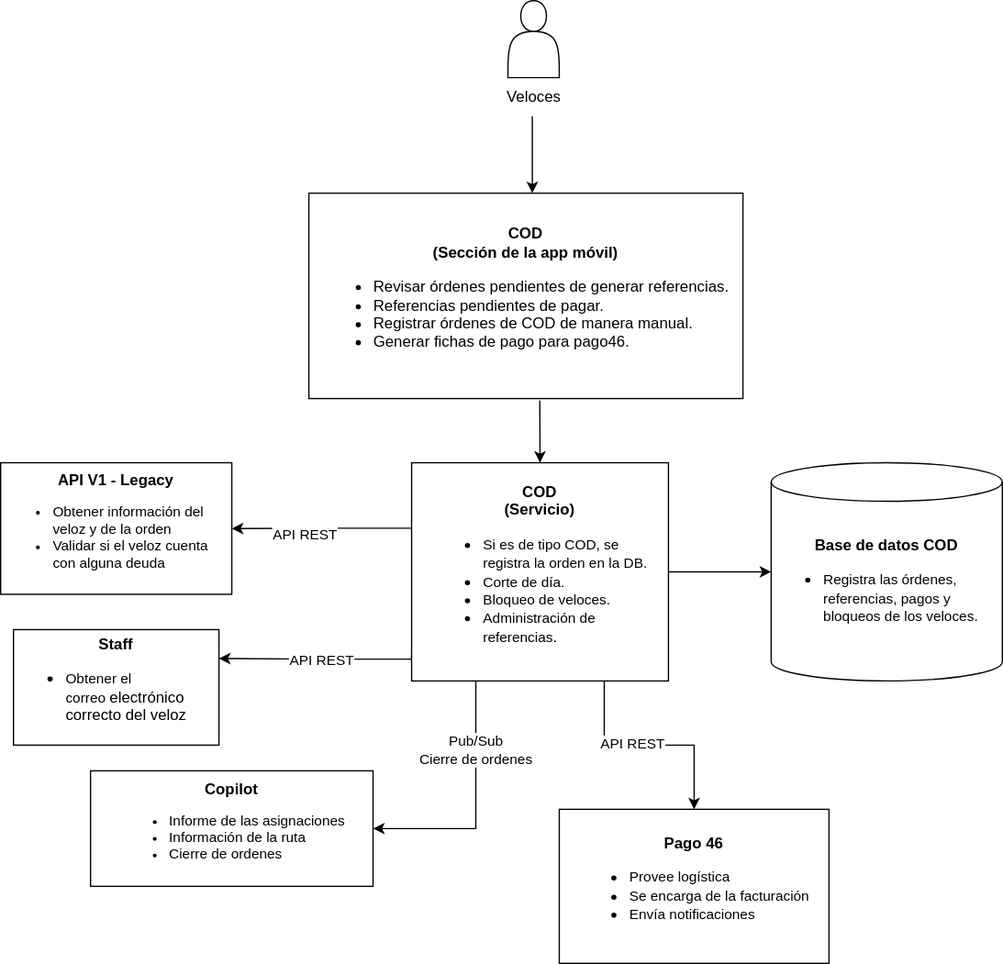
dani99m/Diagramas keeps this draw.io diagram as Diagrama C2 COD.svg. Above is the earlier version. Source tidied: cells renumbered, new cells last; positions are measured from the earlier drawing's top-left corner, leaving out a move shared by most shapes.
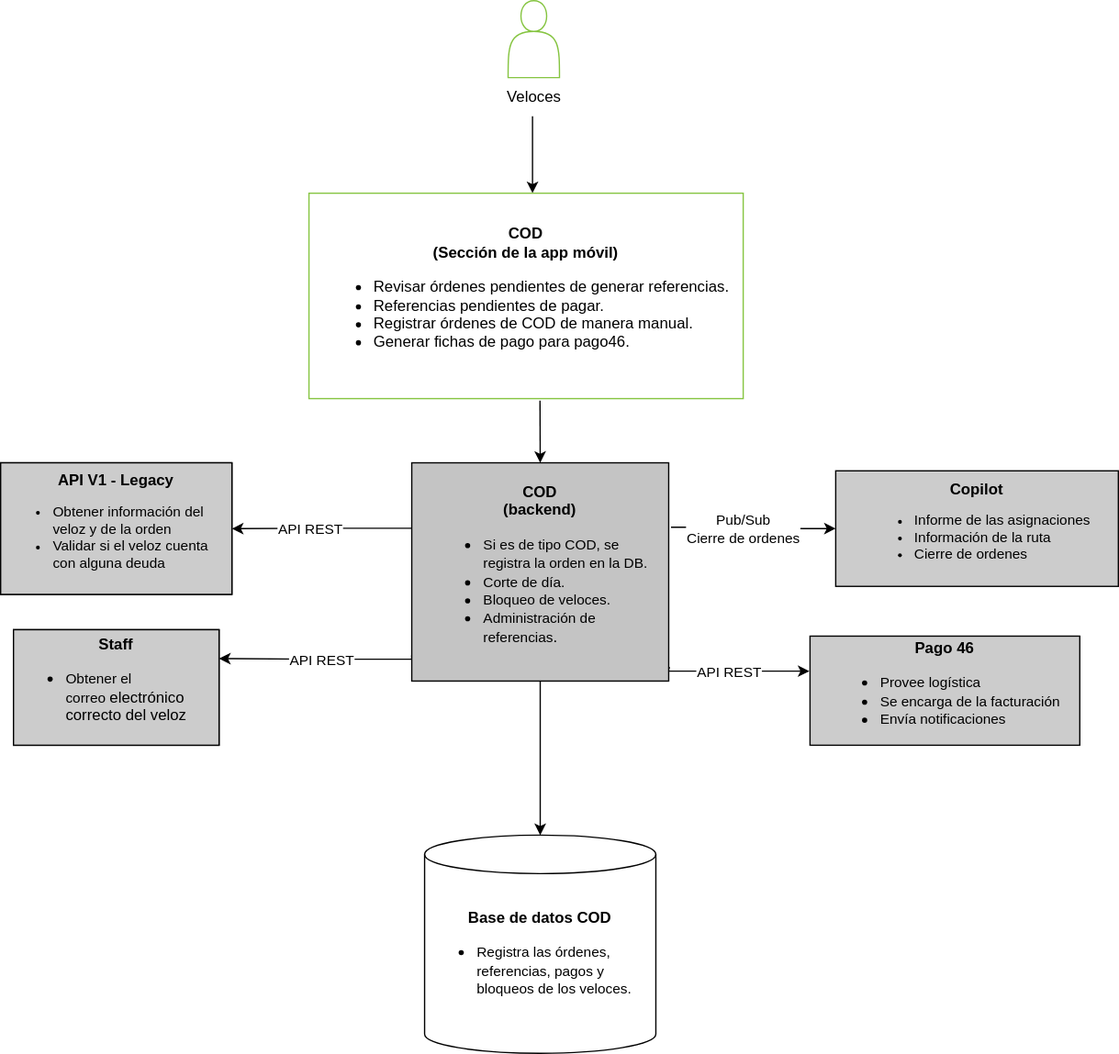
The same diagram one commit later.

The edit, as a diff of the source:
```diff
@@ -2,7 +2,7 @@
   <root>
     <mxCell id="0" />
     <mxCell id="1" parent="0" />
-    <mxCell id="2" style="shape=actor;whiteSpace=wrap;html=1;" parent="1" vertex="1">
+    <mxCell id="2" style="shape=actor;whiteSpace=wrap;html=1;strokeColor=#85C440;" parent="1" vertex="1">
       <mxGeometry x="395" width="40" height="60" as="geometry" />
     </mxCell>
     <mxCell id="3" value="Veloces" style="text;html=1;align=center;verticalAlign=middle;strokeColor=none;fillColor=none;" parent="1" vertex="1">
@@ -17,7 +17,7 @@
         </Array>
       </mxGeometry>
     </mxCell>
-    <mxCell id="5" value="&lt;span style=&quot;background-color: initial;&quot;&gt;&lt;b&gt;COD&lt;br&gt;(Sección de la app m&lt;/b&gt;&lt;span style=&quot;font-size: 12px;&quot;&gt;&lt;b&gt;óvil)&lt;/b&gt;&lt;/span&gt;&lt;br&gt;&lt;/span&gt;&lt;ul&gt;&lt;li style=&quot;text-align: left;&quot;&gt;Revisar órdenes pendientes de generar referencias.&lt;/li&gt;&lt;li style=&quot;text-align: left;&quot;&gt;Referencias pendientes de pagar.&lt;/li&gt;&lt;li style=&quot;text-align: left;&quot;&gt;Registrar órdenes de COD de manera manual.&lt;/li&gt;&lt;li style=&quot;text-align: left;&quot;&gt;Generar fichas de pago para pago46.&lt;/li&gt;&lt;/ul&gt;" style="rounded=0;whiteSpace=wrap;html=1;" parent="1" vertex="1">
+    <mxCell id="5" value="&lt;span style=&quot;background-color: initial;&quot;&gt;&lt;b&gt;COD&lt;br&gt;(Sección de la app m&lt;/b&gt;&lt;span style=&quot;font-size: 12px;&quot;&gt;&lt;b&gt;óvil)&lt;/b&gt;&lt;/span&gt;&lt;br&gt;&lt;/span&gt;&lt;ul&gt;&lt;li style=&quot;text-align: left;&quot;&gt;Revisar órdenes pendientes de generar referencias.&lt;/li&gt;&lt;li style=&quot;text-align: left;&quot;&gt;Referencias pendientes de pagar.&lt;/li&gt;&lt;li style=&quot;text-align: left;&quot;&gt;Registrar órdenes de COD de manera manual.&lt;/li&gt;&lt;li style=&quot;text-align: left;&quot;&gt;Generar fichas de pago para pago46.&lt;/li&gt;&lt;/ul&gt;" style="rounded=0;whiteSpace=wrap;html=1;strokeColor=#85C440;" parent="1" vertex="1">
       <mxGeometry x="240" y="150" width="338" height="160" as="geometry" />
     </mxCell>
     <mxCell id="6" style="endArrow=classic;html=1;rounded=0;entryX=0.5;entryY=0;entryDx=0;entryDy=0;exitX=0.532;exitY=1.01;exitDx=0;exitDy=0;exitPerimeter=0;" parent="1" edge="1" source="5" target="17">
@@ -30,7 +30,9 @@
       <mxGeometry relative="1" as="geometry" />
     </mxCell>
     <mxCell id="9" value="API REST" style="edgeLabel;html=1;align=center;verticalAlign=middle;" parent="8" vertex="1">
-      <mxGeometry x="0.19" y="4" relative="1" as="geometry" />
+      <mxGeometry x="0.19" y="4" relative="1" as="geometry">
+        <mxPoint x="4" y="-4" as="offset" />
+      </mxGeometry>
     </mxCell>
     <mxCell id="10" style="edgeStyle=orthogonalEdgeStyle;rounded=0;jettySize=auto;html=1;exitX=0;exitY=0.882;exitDx=0;exitDy=0;fontSize=11;exitPerimeter=0;entryX=1;entryY=0.25;entryDx=0;entryDy=0;" parent="1" edge="1" source="17" target="20">
       <mxGeometry relative="1" as="geometry">
@@ -46,25 +48,32 @@
     <mxCell id="12" value="API REST" style="edgeLabel;html=1;align=center;verticalAlign=middle;" parent="10" vertex="1">
       <mxGeometry x="-0.04" relative="1" as="geometry" />
     </mxCell>
-    <mxCell id="13" style="edgeStyle=orthogonalEdgeStyle;rounded=0;jettySize=auto;html=1;exitX=0.25;exitY=1;exitDx=0;exitDy=0;entryX=1;entryY=0.5;entryDx=0;entryDy=0;fontSize=11;" parent="1" edge="1" source="17" target="21">
+    <mxCell id="13" style="edgeStyle=orthogonalEdgeStyle;rounded=0;jettySize=auto;html=1;exitX=1.009;exitY=0.295;exitDx=0;exitDy=0;entryX=0;entryY=0.5;entryDx=0;entryDy=0;fontSize=11;exitPerimeter=0;" parent="1" edge="1" source="17" target="21">
       <mxGeometry relative="1" as="geometry" />
     </mxCell>
     <mxCell id="14" value="Pub/Sub&lt;br&gt;Cierre de ordenes" style="edgeLabel;html=1;align=center;verticalAlign=middle;fontSize=11;" parent="13" vertex="1">
       <mxGeometry x="-0.25" y="-1" relative="1" as="geometry">
-        <mxPoint y="-20" as="offset" />
+        <mxPoint x="7" as="offset" />
       </mxGeometry>
     </mxCell>
-    <mxCell id="15" style="edgeStyle=orthogonalEdgeStyle;rounded=0;jettySize=auto;html=1;exitX=0.75;exitY=1;exitDx=0;exitDy=0;fontSize=12;" parent="1" edge="1" source="17" target="22">
-      <mxGeometry relative="1" as="geometry" />
+    <mxCell id="15" style="edgeStyle=orthogonalEdgeStyle;rounded=0;jettySize=auto;html=1;exitX=1.005;exitY=0.939;exitDx=0;exitDy=0;fontSize=12;exitPerimeter=0;entryX=-0.002;entryY=0.321;entryDx=0;entryDy=0;entryPerimeter=0;" parent="1" edge="1" source="17" target="22">
+      <mxGeometry relative="1" as="geometry">
+        <Array as="points">
+          <mxPoint x="520" y="520" />
+          <mxPoint x="520" y="522" />
+        </Array>
+      </mxGeometry>
     </mxCell>
     <mxCell id="16" value="API REST" style="edgeLabel;html=1;align=center;verticalAlign=middle;fontSize=11;" parent="15" vertex="1">
-      <mxGeometry x="-0.17" y="2" relative="1" as="geometry" />
+      <mxGeometry x="-0.17" y="2" relative="1" as="geometry">
+        <mxPoint x="3" y="2" as="offset" />
+      </mxGeometry>
     </mxCell>
-    <mxCell id="17" value="&lt;b&gt;COD&lt;br&gt;(&lt;/b&gt;&lt;b&gt;Servicio&lt;/b&gt;&lt;b&gt;)&lt;br&gt;&lt;/b&gt;&lt;div style=&quot;text-align: left;&quot;&gt;&lt;ul&gt;&lt;li&gt;&lt;span style=&quot;background-color: initial;&quot;&gt;&lt;font style=&quot;font-size: 11px;&quot;&gt;Si es de tipo COD, se &lt;br&gt;registra la orden&amp;nbsp;en la DB.&lt;/font&gt;&lt;/span&gt;&lt;/li&gt;&lt;li&gt;&lt;span style=&quot;background-color: initial;&quot;&gt;&lt;font style=&quot;font-size: 11px;&quot;&gt;Corte de día.&lt;/font&gt;&lt;/span&gt;&lt;/li&gt;&lt;li&gt;&lt;span style=&quot;background-color: initial;&quot;&gt;&lt;font style=&quot;font-size: 11px;&quot;&gt;Bloqueo de veloces.&lt;/font&gt;&lt;/span&gt;&lt;/li&gt;&lt;li&gt;&lt;span style=&quot;background-color: initial;&quot;&gt;&lt;font style=&quot;font-size: 11px;&quot;&gt;Administración de &lt;br&gt;referencias&lt;/font&gt;&lt;/span&gt;.&lt;/li&gt;&lt;/ul&gt;&lt;/div&gt;" style="rounded=0;whiteSpace=wrap;html=1;" parent="1" vertex="1">
+    <mxCell id="17" value="&lt;b&gt;COD&lt;br&gt;(&lt;/b&gt;&lt;b&gt;backend&lt;/b&gt;&lt;b&gt;)&lt;br&gt;&lt;/b&gt;&lt;div style=&quot;text-align: left;&quot;&gt;&lt;ul&gt;&lt;li&gt;&lt;span style=&quot;background-color: initial;&quot;&gt;&lt;font style=&quot;font-size: 11px;&quot;&gt;Si es de tipo COD, se &lt;br&gt;registra la orden&amp;nbsp;en la DB.&lt;/font&gt;&lt;/span&gt;&lt;/li&gt;&lt;li&gt;&lt;span style=&quot;background-color: initial;&quot;&gt;&lt;font style=&quot;font-size: 11px;&quot;&gt;Corte de día.&lt;/font&gt;&lt;/span&gt;&lt;/li&gt;&lt;li&gt;&lt;span style=&quot;background-color: initial;&quot;&gt;&lt;font style=&quot;font-size: 11px;&quot;&gt;Bloqueo de veloces.&lt;/font&gt;&lt;/span&gt;&lt;/li&gt;&lt;li&gt;&lt;span style=&quot;background-color: initial;&quot;&gt;&lt;font style=&quot;font-size: 11px;&quot;&gt;Administración de &lt;br&gt;referencias&lt;/font&gt;&lt;/span&gt;.&lt;/li&gt;&lt;/ul&gt;&lt;/div&gt;" style="rounded=0;whiteSpace=wrap;html=1;fillColor=#C4C4C4;" parent="1" vertex="1">
       <mxGeometry x="320" y="360" width="200" height="170" as="geometry" />
     </mxCell>
     <mxCell id="18" value="&lt;b&gt;Base de datos COD&lt;/b&gt;&lt;br&gt;&lt;ul&gt;&lt;li style=&quot;text-align: left;&quot;&gt;&lt;font style=&quot;font-size: 11px;&quot;&gt;Registra las órdenes, referencias, pagos&lt;/font&gt;&lt;font style=&quot;font-size: 11px;&quot;&gt;&lt;font style=&quot;&quot;&gt;&amp;nbsp;&lt;/font&gt;y bloqueos de los veloces.&lt;/font&gt;&lt;/li&gt;&lt;/ul&gt;" style="shape=cylinder3;whiteSpace=wrap;html=1;boundedLbl=1;backgroundOutline=1;size=15;" parent="1" vertex="1">
-      <mxGeometry x="600" y="360" width="180" height="170" as="geometry" />
+      <mxGeometry x="330" y="650" width="180" height="170" as="geometry" />
     </mxCell>
     <mxCell id="19" value="&lt;font style=&quot;font-weight: bold; font-size: 12px;&quot;&gt;API V1 - Legacy&lt;/font&gt;&lt;br&gt;&lt;div style=&quot;text-align: left;&quot;&gt;&lt;ul style=&quot;&quot;&gt;&lt;li style=&quot;&quot;&gt;&lt;span style=&quot;background-color: initial;&quot;&gt;Obtener información&amp;nbsp;&lt;/span&gt;del veloz y de la orden&lt;/li&gt;&lt;li style=&quot;&quot;&gt;Validar si el veloz cuenta con alguna deuda&lt;/li&gt;&lt;/ul&gt;&lt;/div&gt;" style="rounded=0;whiteSpace=wrap;html=1;fontSize=11;" parent="1" vertex="1">
       <mxGeometry y="360" width="180" height="102.5" as="geometry" />
@@ -72,11 +81,17 @@
     <mxCell id="20" value="&lt;b&gt;Staff&lt;/b&gt;&lt;br&gt;&lt;div style=&quot;text-align: left;&quot;&gt;&lt;ul&gt;&lt;li&gt;&lt;span style=&quot;background-color: initial;&quot;&gt;&lt;font style=&quot;font-size: 11px;&quot;&gt;Obtener el correo&amp;nbsp;&lt;/font&gt;&lt;/span&gt;electrónico correcto del veloz&lt;/li&gt;&lt;/ul&gt;&lt;/div&gt;" style="rounded=0;whiteSpace=wrap;html=1;fontSize=12;" parent="1" vertex="1">
       <mxGeometry x="10" y="490" width="160" height="90" as="geometry" />
     </mxCell>
-    <mxCell id="21" value="&lt;font style=&quot;font-size: 12px;&quot;&gt;&lt;b&gt;Copilot&lt;/b&gt;&lt;/font&gt;&lt;br&gt;&lt;ul&gt;&lt;li style=&quot;text-align: left;&quot;&gt;Informe de las asignaciones&lt;/li&gt;&lt;li style=&quot;text-align: left;&quot;&gt;Información de la ruta&lt;/li&gt;&lt;li style=&quot;text-align: left;&quot;&gt;Cierre de ordenes&lt;/li&gt;&lt;/ul&gt;" style="rounded=0;whiteSpace=wrap;html=1;fontSize=11;" parent="1" vertex="1">
-      <mxGeometry x="70" y="600" width="220" height="90" as="geometry" />
+    <mxCell id="21" value="&lt;font style=&quot;font-size: 12px;&quot;&gt;&lt;b&gt;Copilot&lt;/b&gt;&lt;/font&gt;&lt;br&gt;&lt;ul&gt;&lt;li style=&quot;text-align: left;&quot;&gt;Informe de las asignaciones&lt;/li&gt;&lt;li style=&quot;text-align: left;&quot;&gt;Información de la ruta&lt;/li&gt;&lt;li style=&quot;text-align: left;&quot;&gt;Cierre de ordenes&lt;/li&gt;&lt;/ul&gt;" style="rounded=0;whiteSpace=wrap;html=1;fontSize=11;fillColor=#CCCCCC;" parent="1" vertex="1">
+      <mxGeometry x="650" y="366.2" width="220" height="90" as="geometry" />
     </mxCell>
-    <mxCell id="22" value="&lt;b&gt;Pago 46&lt;br&gt;&lt;/b&gt;&lt;ul&gt;&lt;li style=&quot;text-align: left;&quot;&gt;&lt;font style=&quot;font-size: 11px;&quot;&gt;Provee logística&lt;/font&gt;&lt;/li&gt;&lt;li style=&quot;text-align: left;&quot;&gt;&lt;font style=&quot;font-size: 11px;&quot;&gt;Se encarga de la facturación&lt;/font&gt;&lt;/li&gt;&lt;li style=&quot;text-align: left;&quot;&gt;&lt;font style=&quot;font-size: 11px;&quot;&gt;Envía notificaciones&lt;/font&gt;&lt;/li&gt;&lt;/ul&gt;" style="rounded=0;whiteSpace=wrap;html=1;fontSize=12;" parent="1" vertex="1">
-      <mxGeometry x="435" y="630" width="210" height="120" as="geometry" />
+    <mxCell id="22" value="&lt;b&gt;Pago 46&lt;br&gt;&lt;/b&gt;&lt;ul&gt;&lt;li style=&quot;text-align: left;&quot;&gt;&lt;font style=&quot;font-size: 11px;&quot;&gt;Provee logística&lt;/font&gt;&lt;/li&gt;&lt;li style=&quot;text-align: left;&quot;&gt;&lt;font style=&quot;font-size: 11px;&quot;&gt;Se encarga de la facturación&lt;/font&gt;&lt;/li&gt;&lt;li style=&quot;text-align: left;&quot;&gt;&lt;font style=&quot;font-size: 11px;&quot;&gt;Envía notificaciones&lt;/font&gt;&lt;/li&gt;&lt;/ul&gt;" style="rounded=0;whiteSpace=wrap;html=1;fontSize=12;fillColor=#CCCCCC;" parent="1" vertex="1">
+      <mxGeometry x="630" y="495" width="210" height="85" as="geometry" />
     </mxCell>
+    <mxCell id="23" value="&lt;font style=&quot;font-weight: bold; font-size: 12px;&quot;&gt;API V1 - Legacy&lt;/font&gt;&lt;br&gt;&lt;div style=&quot;text-align: left;&quot;&gt;&lt;ul style=&quot;&quot;&gt;&lt;li style=&quot;&quot;&gt;&lt;span style=&quot;background-color: initial;&quot;&gt;Obtener información&amp;nbsp;&lt;/span&gt;del veloz y de la orden&lt;/li&gt;&lt;li style=&quot;&quot;&gt;Validar si el veloz cuenta con alguna deuda&lt;/li&gt;&lt;/ul&gt;&lt;/div&gt;" style="rounded=0;whiteSpace=wrap;html=1;fontSize=11;fillColor=#CCCCCC;" parent="1" vertex="1">
+      <mxGeometry y="360" width="180" height="102.5" as="geometry" />
+    </mxCell>
+    <mxCell id="24" value="&lt;b&gt;Staff&lt;/b&gt;&lt;br&gt;&lt;div style=&quot;text-align: left;&quot;&gt;&lt;ul&gt;&lt;li&gt;&lt;span style=&quot;background-color: initial;&quot;&gt;&lt;font style=&quot;font-size: 11px;&quot;&gt;Obtener el correo&amp;nbsp;&lt;/font&gt;&lt;/span&gt;electrónico correcto del veloz&lt;/li&gt;&lt;/ul&gt;&lt;/div&gt;" style="rounded=0;whiteSpace=wrap;html=1;fontSize=12;fillColor=#CCCCCC;" parent="1" vertex="1">
+      <mxGeometry x="10" y="490" width="160" height="90" as="geometry" />
+    </mxCell>
   </root>
 </mxGraphModel>
```
